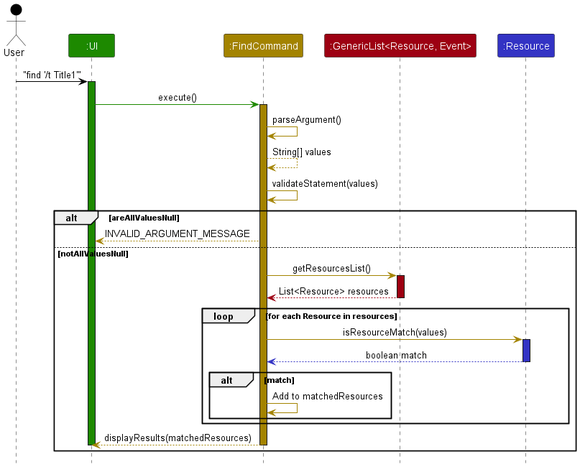
Before: docs/images/FindSequenceDiagram.png, a diagram exported from PlantUML (yingx9/tp). Its source is kept beside it as docs/diagram/FindSequenceDiagram.puml.
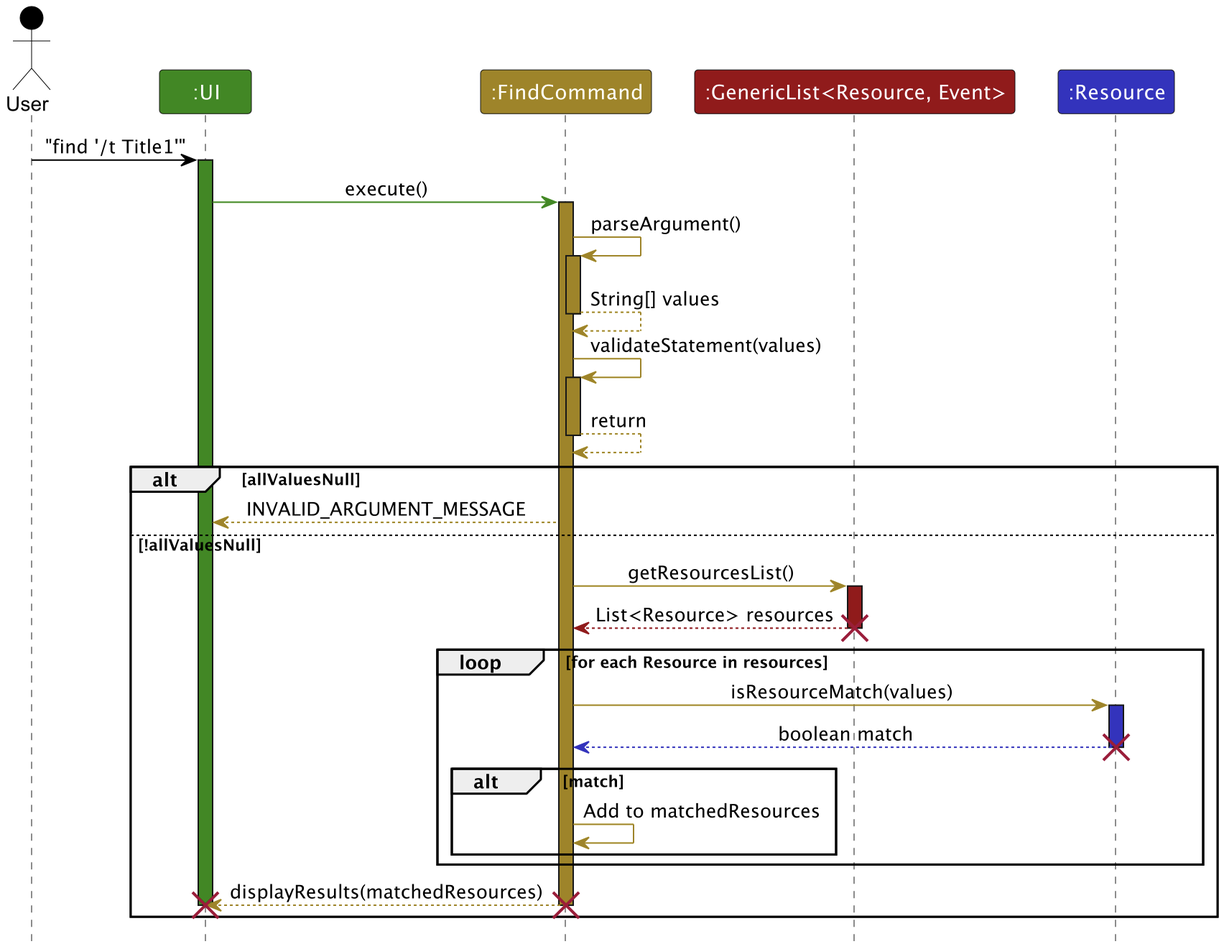
Later version of the same file.

Diff of the diagram source:
```diff
@@ -19,22 +19,30 @@
 activate FINDCOMMAND COMMAND_COLOR
 
 FINDCOMMAND -[COMMAND_COLOR]> FINDCOMMAND: parseArgument()
+activate FINDCOMMAND COMMAND_COLOR
 FINDCOMMAND --[COMMAND_COLOR]> FINDCOMMAND: String[] values
+deactivate FINDCOMMAND COMMAND_COLOR
 
 FINDCOMMAND -[COMMAND_COLOR]> FINDCOMMAND: validateStatement(values)
-alt areAllValuesNull
+activate FINDCOMMAND COMMAND_COLOR
+FINDCOMMAND --[COMMAND_COLOR]> FINDCOMMAND: return
+deactivate FINDCOMMAND COMMAND_COLOR
+
+alt allValuesNull
     FINDCOMMAND --[COMMAND_COLOR]> UI: INVALID_ARGUMENT_MESSAGE
-else notAllValuesNull
+else !allValuesNull
     FINDCOMMAND -[COMMAND_COLOR]> GENERICLIST: getResourcesList()
     activate GENERICLIST STORAGE_COLOR
     GENERICLIST --[STORAGE_COLOR]> FINDCOMMAND: List<Resource> resources
     deactivate GENERICLIST STORAGE_COLOR
+    destroy GENERICLIST
 
     loop for each Resource in resources
         FINDCOMMAND -[COMMAND_COLOR]> RESOURCE: isResourceMatch(values)
         activate RESOURCE PARSER_COLOR
         RESOURCE --[PARSER_COLOR]> FINDCOMMAND: boolean match
         deactivate RESOURCE PARSER_COLOR
+        destroy RESOURCE
 
         alt match
             FINDCOMMAND -[COMMAND_COLOR]> FINDCOMMAND : Add to matchedResources
@@ -44,6 +52,8 @@
     FINDCOMMAND --[COMMAND_COLOR]> UI: displayResults(matchedResources)
     deactivate UI UI_COLOR
     deactivate FINDCOMMAND COMMAND_COLOR
+    destroy FINDCOMMAND
+    destroy UI
 end
-deactivate FINDCOMMAND COMMAND_COLOR
+
 @enduml
```
